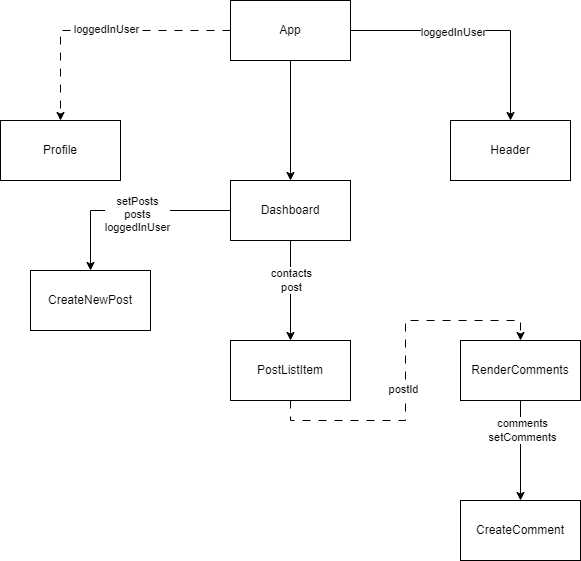
boolean-uk/react-cohort-dashboard-challenge keeps this draw.io diagram as cohort-diagram.drawio.png. Above is the earlier version. Source tidied: cells renumbered, new cells last; positions are measured from the earlier drawing's top-left corner, leaving out a move shared by most shapes.
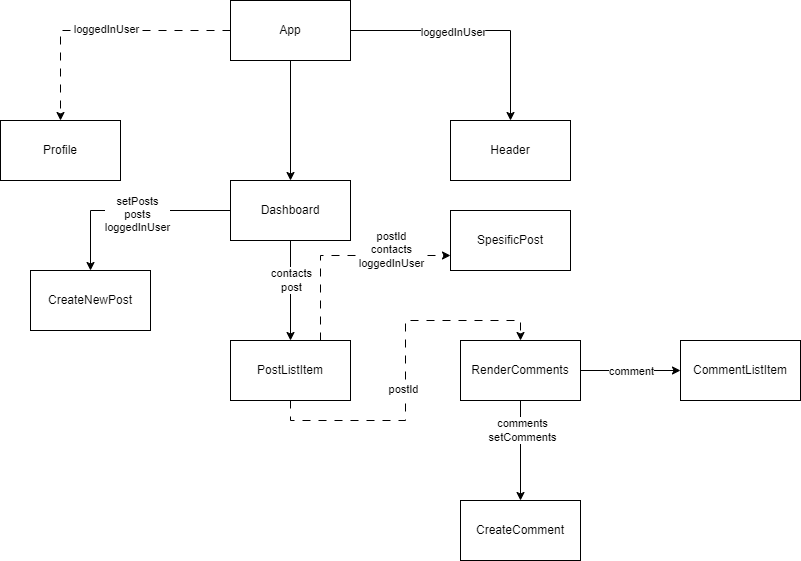
Later version of the same file.

Change to the diagram source:
```diff
@@ -47,6 +47,14 @@
     <mxCell id="16" value="postId" style="edgeLabel;html=1;align=center;verticalAlign=middle;" parent="15" vertex="1">
       <mxGeometry x="-0.1" y="3" relative="1" as="geometry" />
     </mxCell>
+    <mxCell id="23" style="edgeStyle=orthogonalEdgeStyle;rounded=0;jettySize=auto;html=1;exitX=0.75;exitY=0;exitDx=0;exitDy=0;entryX=0;entryY=0.75;entryDx=0;entryDy=0;dashed=1;dashPattern=8 8;" parent="1" edge="1" source="17" target="27">
+      <mxGeometry relative="1" as="geometry" />
+    </mxCell>
+    <mxCell id="24" value="postId&lt;div&gt;contacts&lt;/div&gt;&lt;div&gt;loggedInUser&lt;br&gt;&lt;div&gt;&lt;br&gt;&lt;/div&gt;&lt;/div&gt;" style="edgeLabel;html=1;align=center;verticalAlign=middle;" parent="23" vertex="1">
+      <mxGeometry x="0.14" relative="1" as="geometry">
+        <mxPoint x="32" as="offset" />
+      </mxGeometry>
+    </mxCell>
     <mxCell id="17" value="PostListItem" style="rounded=0;whiteSpace=wrap;html=1;" parent="1" vertex="1">
       <mxGeometry x="230" y="340" width="120" height="60" as="geometry" />
     </mxCell>
@@ -59,11 +67,25 @@
     <mxCell id="20" value="comments&lt;div&gt;setComments&lt;/div&gt;" style="edgeLabel;html=1;align=center;verticalAlign=middle;" parent="19" vertex="1">
       <mxGeometry x="-0.41" y="1" relative="1" as="geometry" />
     </mxCell>
+    <mxCell id="25" style="edgeStyle=orthogonalEdgeStyle;rounded=0;jettySize=auto;html=1;exitX=1;exitY=0.5;exitDx=0;exitDy=0;entryX=0;entryY=0.5;entryDx=0;entryDy=0;" parent="1" edge="1" source="21" target="28">
+      <mxGeometry relative="1" as="geometry" />
+    </mxCell>
+    <mxCell id="26" value="comment" style="edgeLabel;html=1;align=center;verticalAlign=middle;" parent="25" vertex="1">
+      <mxGeometry x="-0.23" y="-2" relative="1" as="geometry">
+        <mxPoint x="11" y="-2" as="offset" />
+      </mxGeometry>
+    </mxCell>
     <mxCell id="21" value="RenderComments" style="rounded=0;whiteSpace=wrap;html=1;" parent="1" vertex="1">
       <mxGeometry x="460" y="340" width="120" height="60" as="geometry" />
     </mxCell>
     <mxCell id="22" value="CreateComment" style="rounded=0;whiteSpace=wrap;html=1;" parent="1" vertex="1">
       <mxGeometry x="460" y="500" width="120" height="60" as="geometry" />
     </mxCell>
+    <mxCell id="27" value="SpesificPost" style="rounded=0;whiteSpace=wrap;html=1;" parent="1" vertex="1">
+      <mxGeometry x="450" y="210" width="120" height="60" as="geometry" />
+    </mxCell>
+    <mxCell id="28" value="CommentListItem" style="rounded=0;whiteSpace=wrap;html=1;" parent="1" vertex="1">
+      <mxGeometry x="680" y="340" width="120" height="60" as="geometry" />
+    </mxCell>
   </root>
 </mxGraphModel>
```
